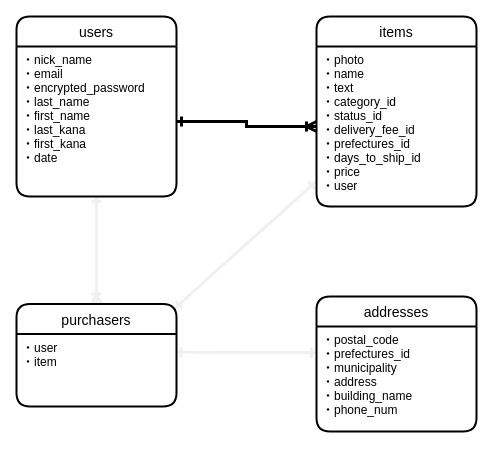
Before: .dio in yoppedayo8545/furima-34790, a draw.io diagram. Source tidied: cells renumbered, new cells numbered last; positions are measured from the earlier drawing's top-left corner, leaving out a move shared by most shapes. Both pictures are drawn from the tidied source at 100%, with x=0, y=0 at pixel (16, 16).
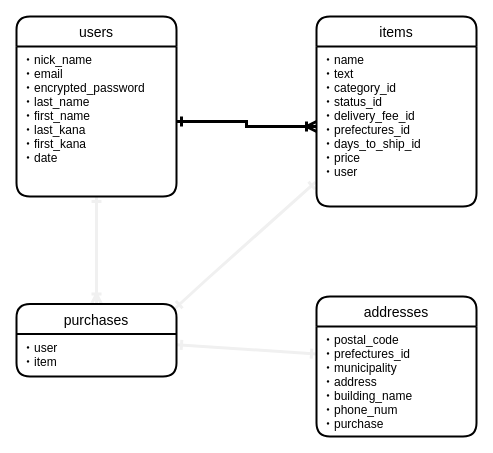
The same page after the edit.

Commit message:
データベース修正(6)

ER図の修正

The edit, as a diff of the source:
```diff
@@
 <mxGraphModel>
   <root>
     <mxCell id="0" />
     <mxCell id="1" parent="0" />
     <mxCell id="2" style="edgeStyle=none;rounded=0;jettySize=auto;html=1;entryX=0.5;entryY=0;entryDx=0;entryDy=0;startArrow=ERone;startFill=0;endArrow=ERoneToMany;endFill=0;strokeColor=#f0f0f0;strokeWidth=3;" parent="1" edge="1" source="3" target="10">
       <mxGeometry relative="1" as="geometry" />
     </mxCell>
     <mxCell id="3" value="users" style="swimlane;horizontal=1;startSize=30;rounded=1;fontSize=14;fontStyle=0;strokeWidth=2;shadow=0;dashed=0;align=center;" parent="1" vertex="1">
       <mxGeometry width="160" height="180" as="geometry" />
     </mxCell>
     <mxCell id="4" value="・nick_name&#10;・email&#10;・encrypted_password&#10;・last_name&#10;・first_name&#10;・last_kana&#10;・first_kana&#10;・date" style="align=left;strokeColor=none;fillColor=none;spacingLeft=4;fontSize=12;verticalAlign=top;" parent="3" vertex="1">
       <mxGeometry y="30" width="160" height="150" as="geometry" />
     </mxCell>
     <mxCell id="5" style="edgeStyle=none;rounded=0;orthogonalLoop=1;jettySize=auto;html=1;entryX=1;entryY=0;entryDx=0;entryDy=0;startArrow=ERone;startFill=0;endArrow=ERone;endFill=0;strokeColor=#f0f0f0;strokeWidth=3;" parent="1" edge="1">
       <mxGeometry relative="1" as="geometry">
         <mxPoint x="299" y="165.6" as="sourcePoint" />
         <mxPoint x="159" y="291.5" as="targetPoint" />
         <Array as="points">
           <mxPoint x="189" y="264" />
         </Array>
       </mxGeometry>
     </mxCell>
     <mxCell id="6" value="items" style="swimlane;horizontal=1;startSize=30;rounded=1;fontSize=14;fontStyle=0;strokeWidth=2;shadow=0;dashed=0;align=center;" parent="1" vertex="1">
       <mxGeometry x="300" width="160" height="190" as="geometry" />
     </mxCell>
-    <mxCell id="7" value="・photo&#10;・name&#10;・text&#10;・category_id&#10;・status_id&#10;・delivery_fee_id&#10;・prefectures_id&#10;・days_to_ship_id&#10;・price&#10;・user" style="align=left;strokeColor=none;fillColor=none;spacingLeft=4;fontSize=12;verticalAlign=top;" parent="6" vertex="1">
+    <mxCell id="7" value="・name&#10;・text&#10;・category_id&#10;・status_id&#10;・delivery_fee_id&#10;・prefectures_id&#10;・days_to_ship_id&#10;・price&#10;・user" style="align=left;strokeColor=none;fillColor=none;spacingLeft=4;fontSize=12;verticalAlign=top;" parent="6" vertex="1">
       <mxGeometry y="30" width="160" height="160" as="geometry" />
     </mxCell>
     <mxCell id="8" style="edgeStyle=orthogonalEdgeStyle;rounded=0;jettySize=auto;html=1;entryX=0;entryY=0.5;entryDx=0;entryDy=0;startArrow=ERone;startFill=0;endArrow=ERoneToMany;endFill=0;strokeWidth=3;" parent="1" edge="1" source="4" target="7">
       <mxGeometry relative="1" as="geometry" />
     </mxCell>
     <mxCell id="9" style="rounded=0;jettySize=auto;html=1;startArrow=ERone;startFill=0;endArrow=ERone;endFill=0;strokeColor=#f0f0f0;strokeWidth=3;entryX=0;entryY=0.25;entryDx=0;entryDy=0;exitX=1;exitY=0.25;exitDx=0;exitDy=0;" parent="1" edge="1" source="11" target="13">
       <mxGeometry relative="1" as="geometry" />
     </mxCell>
-    <mxCell id="10" value="purchasers" style="swimlane;horizontal=1;startSize=30;rounded=1;fontSize=14;fontStyle=0;strokeWidth=2;shadow=0;dashed=0;align=center;" parent="1" vertex="1">
-      <mxGeometry y="287.5" width="160" height="102.5" as="geometry" />
+    <mxCell id="10" value="purchases" style="swimlane;horizontal=1;startSize=30;rounded=1;fontSize=14;fontStyle=0;strokeWidth=2;shadow=0;dashed=0;align=center;" parent="1" vertex="1">
+      <mxGeometry y="287.5" width="160" height="72.5" as="geometry" />
     </mxCell>
     <mxCell id="11" value="・user&#10;・item" style="align=left;strokeColor=none;fillColor=none;spacingLeft=4;fontSize=12;verticalAlign=top;" parent="10" vertex="1">
-      <mxGeometry y="30" width="160" height="72.5" as="geometry" />
+      <mxGeometry y="30" width="160" height="42.5" as="geometry" />
     </mxCell>
     <mxCell id="12" value="addresses" style="swimlane;horizontal=1;startSize=30;rounded=1;fontSize=14;fontStyle=0;strokeWidth=2;shadow=0;dashed=0;align=center;" parent="1" vertex="1">
-      <mxGeometry x="300" y="280" width="160" height="135" as="geometry" />
+      <mxGeometry x="300" y="280" width="160" height="140" as="geometry" />
     </mxCell>
-    <mxCell id="13" value="・postal_code&#10;・prefectures_id&#10;・municipality&#10;・address&#10;・building_name&#10;・phone_num" style="align=left;strokeColor=none;fillColor=none;spacingLeft=4;fontSize=12;verticalAlign=top;" parent="12" vertex="1">
-      <mxGeometry y="30" width="160" height="105" as="geometry" />
+    <mxCell id="13" value="・postal_code&#10;・prefectures_id&#10;・municipality&#10;・address&#10;・building_name&#10;・phone_num&#10;・purchase" style="align=left;strokeColor=none;fillColor=none;spacingLeft=4;fontSize=12;verticalAlign=top;" parent="12" vertex="1">
+      <mxGeometry y="30" width="160" height="110" as="geometry" />
     </mxCell>
   </root>
 </mxGraphModel>
```
